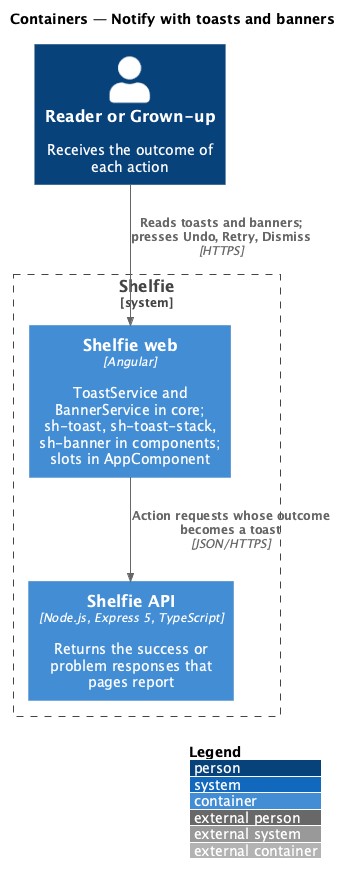
This is docs/detailed-designs/shell/notify/diagrams/c4-container.png from QuinntyneBrown/shelfie, a PlantUML export, as it was before one commit.
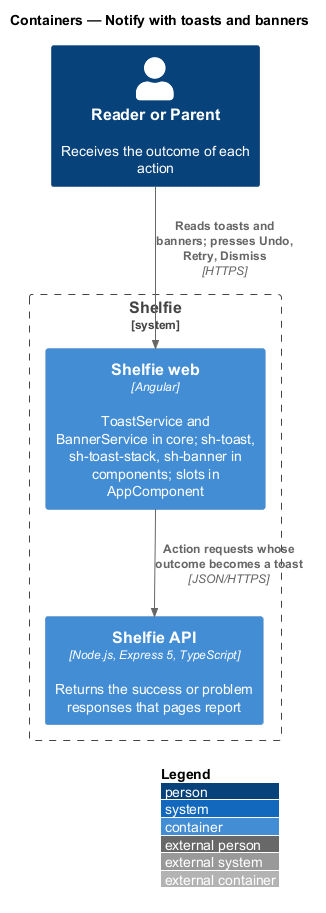
Above is the later version.

Change to the diagram source:
```diff
@@ -3,7 +3,7 @@
 LAYOUT_WITH_LEGEND()
 title Containers — Notify with toasts and banners
 
-Person(user, "Reader or Grown-up", "Receives the outcome of each action")
+Person(user, "Reader or Parent", "Receives the outcome of each action")
 System_Boundary(shelfie, "Shelfie") {
   Container(web, "Shelfie web", "Angular", "ToastService and BannerService in core; sh-toast, sh-toast-stack, sh-banner in components; slots in AppComponent")
   Container(api, "Shelfie API", "Node.js, Express 5, TypeScript", "Returns the success or problem responses that pages report")
```
